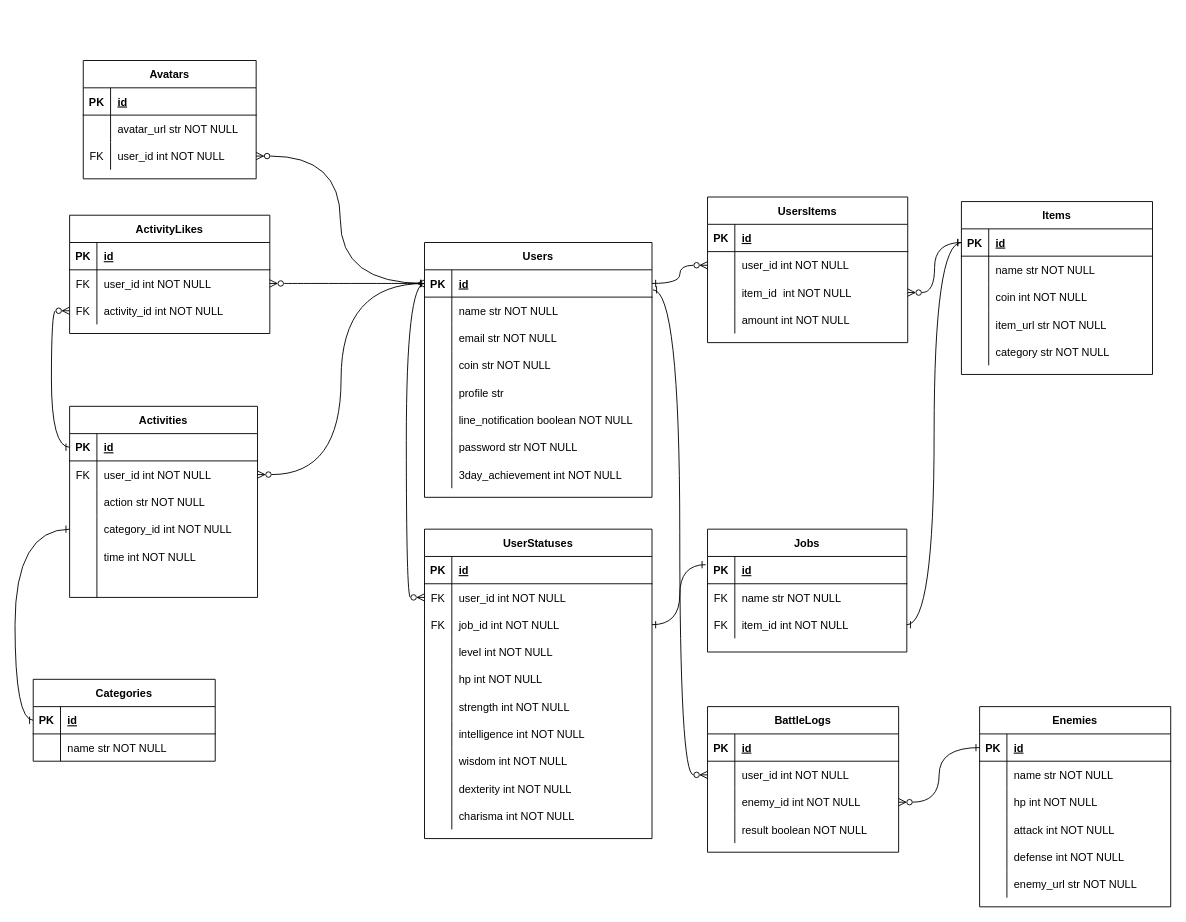
This is MAO_ER.drawio from MaTTalv001/MAO_the_3rd_Day, a draw.io file, before an edit. Source tidied: cells renumbered, new cells numbered last; positions are measured from the earlier drawing's top-left corner, leaving out a move shared by most shapes. Both pictures are drawn from the tidied source at 91%, with x=0, y=0 at pixel (33, 60).
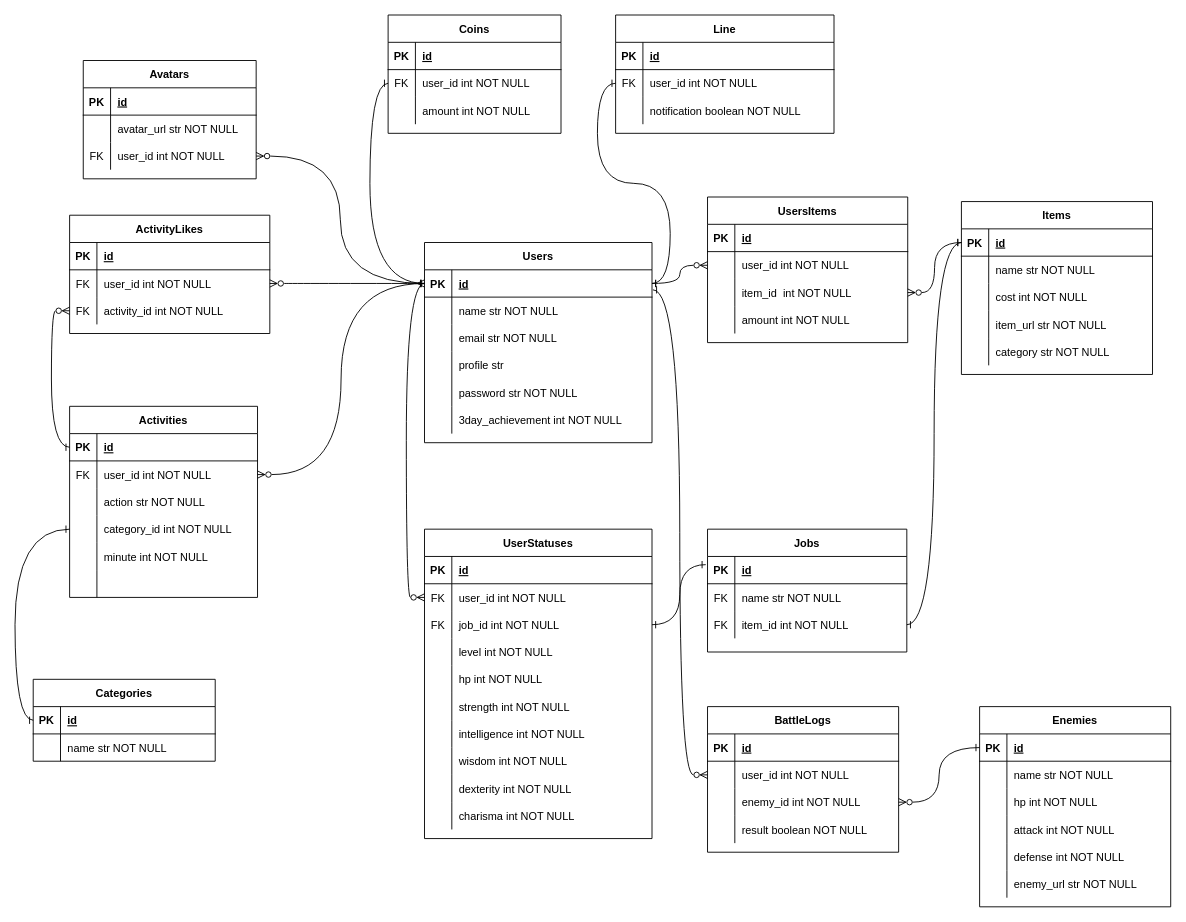
The same page after the edit.

Commit message:
MAO_ER.drawio を更新します

The change refers to these unchanged cells:
```xml
<mxCell id="3" style="shape=partialRectangle;fillColor=none;points=[[0,0.5],[1,0.5]];portConstraint=eastwest;top=0;left=0;right=0;bottom=1;" parent="2" vertex="1">
  <mxGeometry y="30" width="250" height="30" as="geometry" />
</mxCell>
<mxCell id="75" style="shape=partialRectangle;fillColor=none;top=0;left=0;right=0;bottom=0;" parent="68" vertex="1">
  <mxGeometry y="90" width="210" height="30" as="geometry" />
</mxCell>
<mxCell id="146" style="shape=partialRectangle;fillColor=none;top=0;left=0;right=0;bottom=0;" parent="133" vertex="1">
  <mxGeometry y="150" width="206.5" height="30" as="geometry" />
</mxCell>
```

Diff of the diagram source:
```diff
@@
     <mxCell id="2" value="Users" style="shape=table;startSize=30;childLayout=tableLayout;rowLines=0;fontStyle=1;align=center;" parent="1" vertex="1">
-      <mxGeometry x="430" y="200" width="250" height="280" as="geometry" />
+      <mxGeometry x="430" y="200" width="250" height="220" as="geometry" />
     </mxCell>
@@
-    <mxCell id="12" style="shape=partialRectangle;fillColor=none;top=0;left=0;right=0;bottom=0;" parent="2" vertex="1">
-      <mxGeometry y="120" width="250" height="30" as="geometry" />
-    </mxCell>
-    <mxCell id="13" style="shape=partialRectangle;overflow=hidden;fillColor=none;top=0;left=0;bottom=0;right=0;" parent="12" vertex="1">
-      <mxGeometry width="30" height="30" as="geometry" />
-    </mxCell>
-    <mxCell id="14" value="coin str NOT NULL" style="shape=partialRectangle;overflow=hidden;fillColor=none;top=0;left=0;bottom=0;right=0;align=left;spacingLeft=6;" parent="12" vertex="1">
-      <mxGeometry x="30" width="220" height="30" as="geometry" />
-    </mxCell>
     <mxCell id="15" style="shape=partialRectangle;fillColor=none;top=0;left=0;right=0;bottom=0;" parent="2" vertex="1">
-      <mxGeometry y="150" width="250" height="30" as="geometry" />
+      <mxGeometry y="120" width="250" height="30" as="geometry" />
     </mxCell>
@@
-    <mxCell id="18" style="shape=partialRectangle;fillColor=none;top=0;left=0;right=0;bottom=0;" parent="2" vertex="1">
-      <mxGeometry y="180" width="250" height="30" as="geometry" />
-    </mxCell>
-    <mxCell id="19" style="shape=partialRectangle;overflow=hidden;fillColor=none;top=0;left=0;bottom=0;right=0;" parent="18" vertex="1">
-      <mxGeometry width="30" height="30" as="geometry" />
-    </mxCell>
-    <mxCell id="20" value="line_notification boolean NOT NULL" style="shape=partialRectangle;overflow=hidden;fillColor=none;top=0;left=0;bottom=0;right=0;align=left;spacingLeft=6;" parent="18" vertex="1">
-      <mxGeometry x="30" width="220" height="30" as="geometry" />
-    </mxCell>
     <mxCell id="21" style="shape=partialRectangle;fillColor=none;top=0;left=0;right=0;bottom=0;" parent="2" vertex="1">
-      <mxGeometry y="210" width="250" height="30" as="geometry" />
+      <mxGeometry y="150" width="250" height="30" as="geometry" />
     </mxCell>
@@
     <mxCell id="24" style="shape=partialRectangle;fillColor=none;top=0;left=0;right=0;bottom=0;" parent="2" vertex="1">
-      <mxGeometry y="240" width="250" height="30" as="geometry" />
+      <mxGeometry y="180" width="250" height="30" as="geometry" />
     </mxCell>
@@
-    <mxCell id="77" value="coin int NOT NULL" style="shape=partialRectangle;overflow=hidden;fillColor=none;top=0;left=0;bottom=0;right=0;align=left;spacingLeft=6;" parent="75" vertex="1">
+    <mxCell id="77" value="cost int NOT NULL" style="shape=partialRectangle;overflow=hidden;fillColor=none;top=0;left=0;bottom=0;right=0;align=left;spacingLeft=6;" parent="75" vertex="1">
       <mxGeometry x="30" width="180" height="30" as="geometry" />
     </mxCell>
@@
-    <mxCell id="148" value="time int NOT NULL" style="shape=partialRectangle;overflow=hidden;fillColor=none;top=0;left=0;bottom=0;right=0;align=left;spacingLeft=6;" parent="146" vertex="1">
+    <mxCell id="148" value="minute int NOT NULL" style="shape=partialRectangle;overflow=hidden;fillColor=none;top=0;left=0;bottom=0;right=0;align=left;spacingLeft=6;" parent="146" vertex="1">
       <mxGeometry x="30" width="176.5" height="30" as="geometry" />
     </mxCell>
@@
+    <mxCell id="187" value="Coins" style="shape=table;startSize=30;childLayout=tableLayout;rowLines=0;fontStyle=1;align=center;" parent="1" vertex="1">
+      <mxGeometry x="390" y="-50" width="190" height="130" as="geometry" />
+    </mxCell>
+    <mxCell id="188" style="shape=partialRectangle;fillColor=none;top=0;left=0;right=0;bottom=1;" parent="187" vertex="1">
+      <mxGeometry y="30" width="190" height="30" as="geometry" />
+    </mxCell>
+    <mxCell id="189" value="PK" style="shape=partialRectangle;overflow=hidden;fillColor=none;top=0;left=0;bottom=0;right=0;fontStyle=1;" parent="188" vertex="1">
+      <mxGeometry width="30" height="30" as="geometry" />
+    </mxCell>
+    <mxCell id="190" value="id" style="shape=partialRectangle;overflow=hidden;fillColor=none;top=0;left=0;bottom=0;right=0;align=left;spacingLeft=6;fontStyle=5;" parent="188" vertex="1">
+      <mxGeometry x="30" width="160" height="30" as="geometry" />
+    </mxCell>
+    <mxCell id="191" style="shape=partialRectangle;fillColor=none;points=[[0,0.5],[1,0.5]];portConstraint=eastwest;top=0;left=0;right=0;bottom=0;" parent="187" vertex="1">
+      <mxGeometry y="60" width="190" height="30" as="geometry" />
+    </mxCell>
+    <mxCell id="192" value="FK" style="shape=partialRectangle;overflow=hidden;fillColor=none;top=0;left=0;bottom=0;right=0;" parent="191" vertex="1">
+      <mxGeometry width="30" height="30" as="geometry" />
+    </mxCell>
+    <mxCell id="193" value="user_id int NOT NULL" style="shape=partialRectangle;overflow=hidden;fillColor=none;top=0;left=0;bottom=0;right=0;align=left;spacingLeft=6;" parent="191" vertex="1">
+      <mxGeometry x="30" width="160" height="30" as="geometry" />
+    </mxCell>
+    <mxCell id="194" style="shape=partialRectangle;fillColor=none;top=0;left=0;right=0;bottom=0;" parent="187" vertex="1">
+      <mxGeometry y="90" width="190" height="30" as="geometry" />
+    </mxCell>
+    <mxCell id="195" style="shape=partialRectangle;overflow=hidden;fillColor=none;top=0;left=0;bottom=0;right=0;" parent="194" vertex="1">
+      <mxGeometry width="30" height="30" as="geometry" />
+    </mxCell>
+    <mxCell id="196" value="amount int NOT NULL" style="shape=partialRectangle;overflow=hidden;fillColor=none;top=0;left=0;bottom=0;right=0;align=left;spacingLeft=6;" parent="194" vertex="1">
+      <mxGeometry x="30" width="160" height="30" as="geometry" />
+    </mxCell>
+    <mxCell id="197" style="edgeStyle=orthogonalEdgeStyle;rounded=0;jettySize=auto;html=1;exitX=0;exitY=0.5;exitDx=0;exitDy=0;entryX=0;entryY=0.5;entryDx=0;entryDy=0;curved=1;startArrow=ERone;startFill=0;endArrow=ERone;endFill=0;" parent="1" edge="1" source="3" target="191">
+      <mxGeometry relative="1" as="geometry" />
+    </mxCell>
+    <mxCell id="198" value="Line" style="shape=table;startSize=30;childLayout=tableLayout;rowLines=0;fontStyle=1;align=center;" parent="1" vertex="1">
+      <mxGeometry x="640" y="-50" width="240" height="130" as="geometry" />
+    </mxCell>
+    <mxCell id="199" style="shape=partialRectangle;fillColor=none;top=0;left=0;right=0;bottom=1;" parent="198" vertex="1">
+      <mxGeometry y="30" width="240" height="30" as="geometry" />
+    </mxCell>
+    <mxCell id="200" value="PK" style="shape=partialRectangle;overflow=hidden;fillColor=none;top=0;left=0;bottom=0;right=0;fontStyle=1;" parent="199" vertex="1">
+      <mxGeometry width="30" height="30" as="geometry" />
+    </mxCell>
+    <mxCell id="201" value="id" style="shape=partialRectangle;overflow=hidden;fillColor=none;top=0;left=0;bottom=0;right=0;align=left;spacingLeft=6;fontStyle=5;" parent="199" vertex="1">
+      <mxGeometry x="30" width="210" height="30" as="geometry" />
+    </mxCell>
+    <mxCell id="202" style="shape=partialRectangle;fillColor=none;points=[[0,0.5],[1,0.5]];portConstraint=eastwest;top=0;left=0;right=0;bottom=0;" parent="198" vertex="1">
+      <mxGeometry y="60" width="240" height="30" as="geometry" />
+    </mxCell>
+    <mxCell id="203" value="FK" style="shape=partialRectangle;overflow=hidden;fillColor=none;top=0;left=0;bottom=0;right=0;" parent="202" vertex="1">
+      <mxGeometry width="30" height="30" as="geometry" />
+    </mxCell>
+    <mxCell id="204" value="user_id int NOT NULL" style="shape=partialRectangle;overflow=hidden;fillColor=none;top=0;left=0;bottom=0;right=0;align=left;spacingLeft=6;" parent="202" vertex="1">
+      <mxGeometry x="30" width="210" height="30" as="geometry" />
+    </mxCell>
+    <mxCell id="205" style="shape=partialRectangle;fillColor=none;top=0;left=0;right=0;bottom=0;" parent="198" vertex="1">
+      <mxGeometry y="90" width="240" height="30" as="geometry" />
+    </mxCell>
+    <mxCell id="206" style="shape=partialRectangle;overflow=hidden;fillColor=none;top=0;left=0;bottom=0;right=0;" parent="205" vertex="1">
+      <mxGeometry width="30" height="30" as="geometry" />
+    </mxCell>
+    <mxCell id="207" value="notification boolean NOT NULL" style="shape=partialRectangle;overflow=hidden;fillColor=none;top=0;left=0;bottom=0;right=0;align=left;spacingLeft=6;" parent="205" vertex="1">
+      <mxGeometry x="30" width="210" height="30" as="geometry" />
+    </mxCell>
+    <mxCell id="208" style="edgeStyle=orthogonalEdgeStyle;rounded=0;jettySize=auto;html=1;exitX=1;exitY=0.5;exitDx=0;exitDy=0;entryX=0;entryY=0.5;entryDx=0;entryDy=0;curved=1;startArrow=ERone;startFill=0;endArrow=ERone;endFill=0;" parent="1" edge="1" source="3" target="202">
+      <mxGeometry relative="1" as="geometry" />
+    </mxCell>
```
